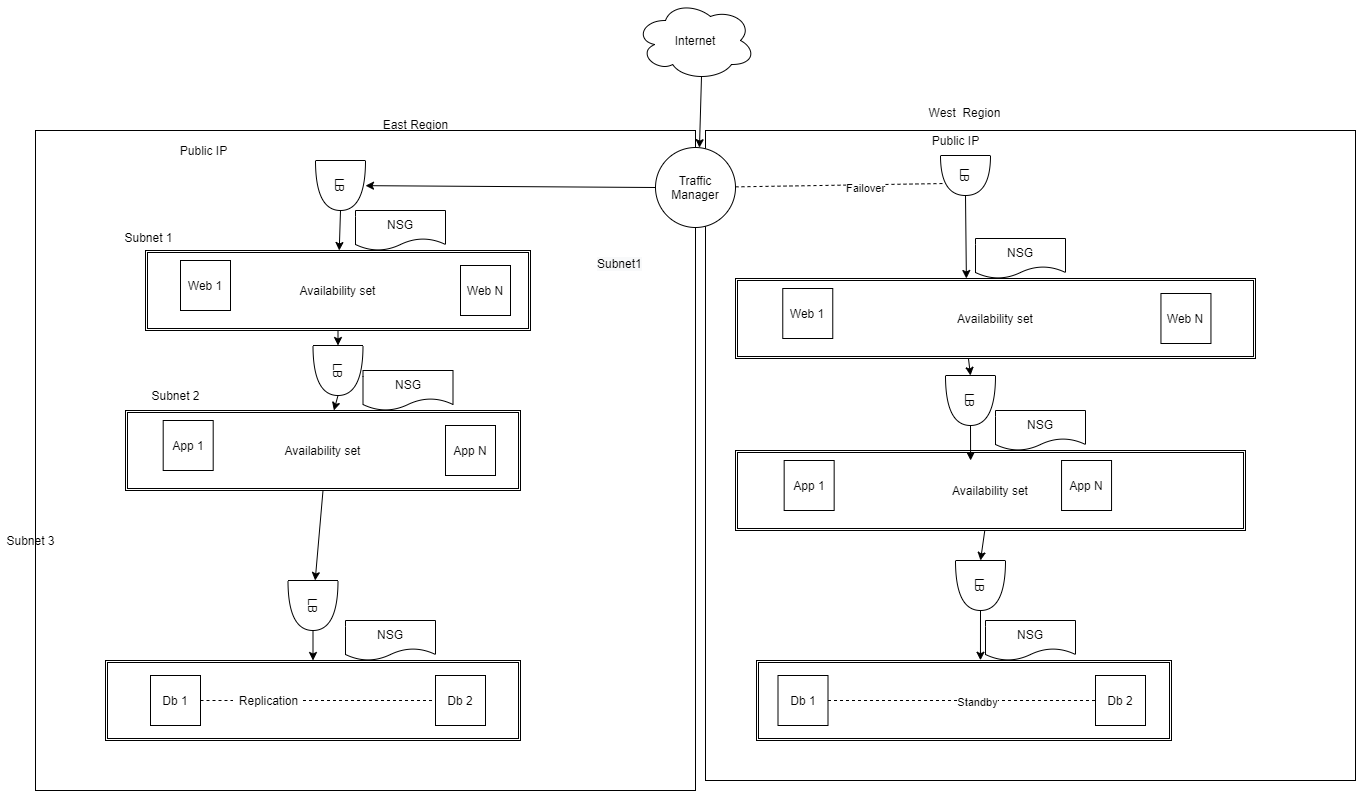
This is images/UHDiagram.png from mirkar/yorksolutions, a draw.io export, as it was before one commit. Source tidied: cells renumbered, new cells last; positions are measured from the earlier drawing's top-left corner, leaving out a move shared by most shapes.
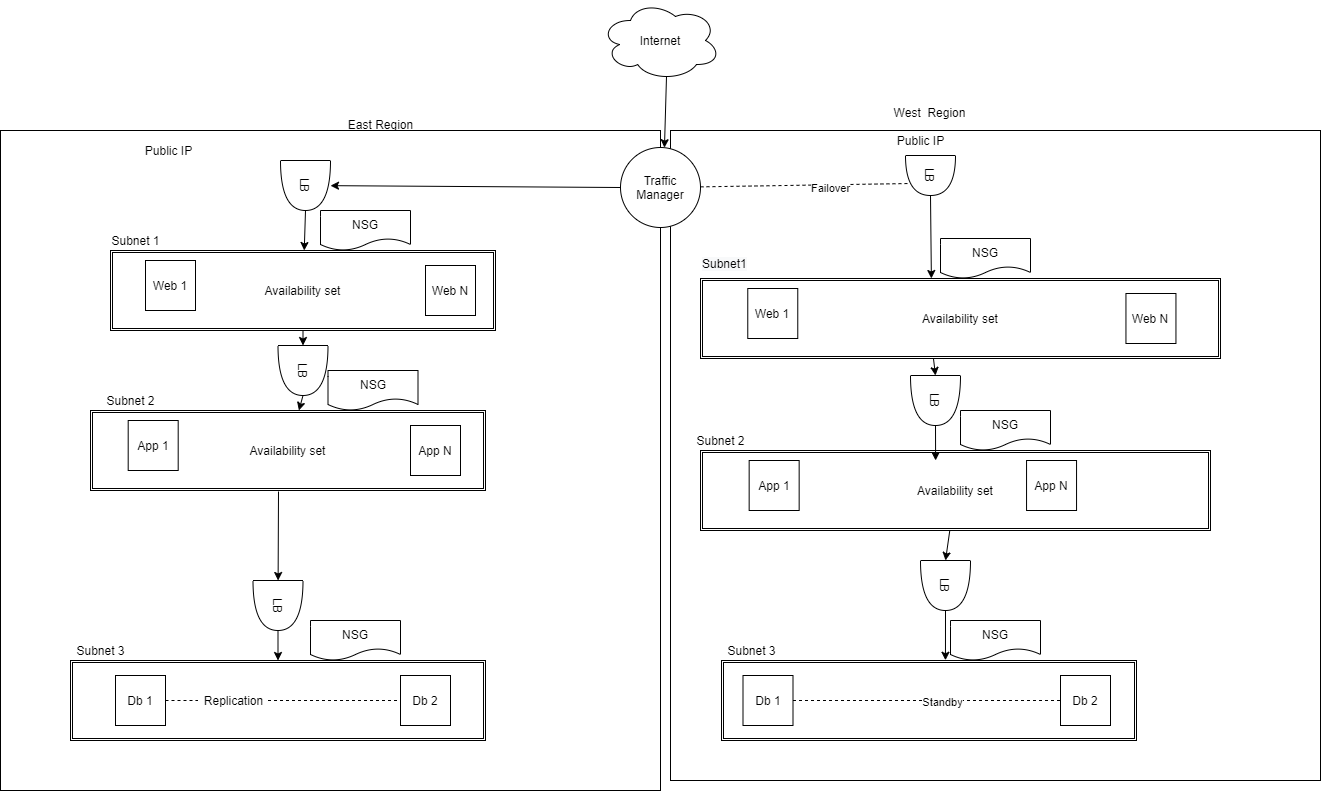
After the commit.

Change to the diagram source:
```diff
@@ -21,16 +21,16 @@
       <mxGeometry x="172.5" y="140" width="60" height="20" as="geometry" />
     </mxCell>
     <mxCell id="8" value="Subnet 1" style="text;html=1;align=center;verticalAlign=middle;" parent="1" vertex="1">
-      <mxGeometry x="117.5" y="227" width="60" height="20" as="geometry" />
+      <mxGeometry x="140" y="230" width="60" height="20" as="geometry" />
     </mxCell>
     <mxCell id="9" value="Subnet 2" style="text;html=1;align=center;verticalAlign=middle;" parent="1" vertex="1">
-      <mxGeometry x="145" y="385" width="60" height="20" as="geometry" />
+      <mxGeometry x="135" y="390" width="60" height="20" as="geometry" />
     </mxCell>
     <mxCell id="10" value="Subnet 3" style="text;html=1;align=center;verticalAlign=middle;" parent="1" vertex="1">
-      <mxGeometry y="530" width="60" height="20" as="geometry" />
+      <mxGeometry x="105" y="640" width="60" height="20" as="geometry" />
     </mxCell>
     <mxCell id="11" value="&lt;!--StartFragment--&gt;&lt;span style=&quot;color: rgb(0, 0, 0); font-family: Helvetica; font-size: 12px; font-style: normal; font-variant-ligatures: normal; font-variant-caps: normal; font-weight: 400; letter-spacing: normal; orphans: 2; text-align: center; text-indent: 0px; text-transform: none; widows: 2; word-spacing: 0px; -webkit-text-stroke-width: 0px; background-color: rgb(248, 249, 250); text-decoration-style: initial; text-decoration-color: initial; float: none; display: inline !important;&quot;&gt;Subnet1&lt;/span&gt;&lt;!--EndFragment--&gt;" style="text;whiteSpace=wrap;html=1;" parent="1" vertex="1">
-      <mxGeometry x="595" y="250" width="70" height="30" as="geometry" />
+      <mxGeometry x="735" y="250" width="70" height="30" as="geometry" />
     </mxCell>
     <mxCell id="12" value="LB" style="shape=or;whiteSpace=wrap;html=1;rotation=90;" parent="1" vertex="1">
       <mxGeometry x="945" y="150" width="40" height="50" as="geometry" />
@@ -92,8 +92,10 @@
     <mxCell id="31" style="endArrow=classic;html=1;exitX=1;exitY=0.5;exitDx=0;exitDy=0;exitPerimeter=0;" parent="1" edge="1" source="17" target="19">
       <mxGeometry relative="1" as="geometry" />
     </mxCell>
-    <mxCell id="32" style="endArrow=classic;html=1;exitX=0.5;exitY=1;exitDx=0;exitDy=0;" parent="1" edge="1" source="19" target="22">
-      <mxGeometry relative="1" as="geometry" />
+    <mxCell id="32" style="endArrow=classic;html=1;" parent="1" edge="1" target="22">
+      <mxGeometry relative="1" as="geometry">
+        <mxPoint x="313" y="491" as="sourcePoint" />
+      </mxGeometry>
     </mxCell>
     <mxCell id="33" style="endArrow=classic;html=1;exitX=1;exitY=0.5;exitDx=0;exitDy=0;exitPerimeter=0;" parent="1" edge="1" source="22" target="5">
       <mxGeometry relative="1" as="geometry" />
@@ -197,5 +199,11 @@
     <mxCell id="66" style="endArrow=classic;html=1;entryX=1.006;entryY=0.026;entryDx=0;entryDy=0;entryPerimeter=0;exitX=0.55;exitY=0.95;exitDx=0;exitDy=0;exitPerimeter=0;" parent="1" edge="1" source="34" target="2">
       <mxGeometry relative="1" as="geometry" />
     </mxCell>
+    <mxCell id="67" value="Subnet 2" style="text;html=1;align=center;verticalAlign=middle;" parent="1" vertex="1">
+      <mxGeometry x="725" y="430" width="60" height="20" as="geometry" />
+    </mxCell>
+    <mxCell id="68" value="Subnet 3" style="text;html=1;align=center;verticalAlign=middle;" parent="1" vertex="1">
+      <mxGeometry x="756" y="640" width="60" height="20" as="geometry" />
+    </mxCell>
   </root>
 </mxGraphModel>
```
